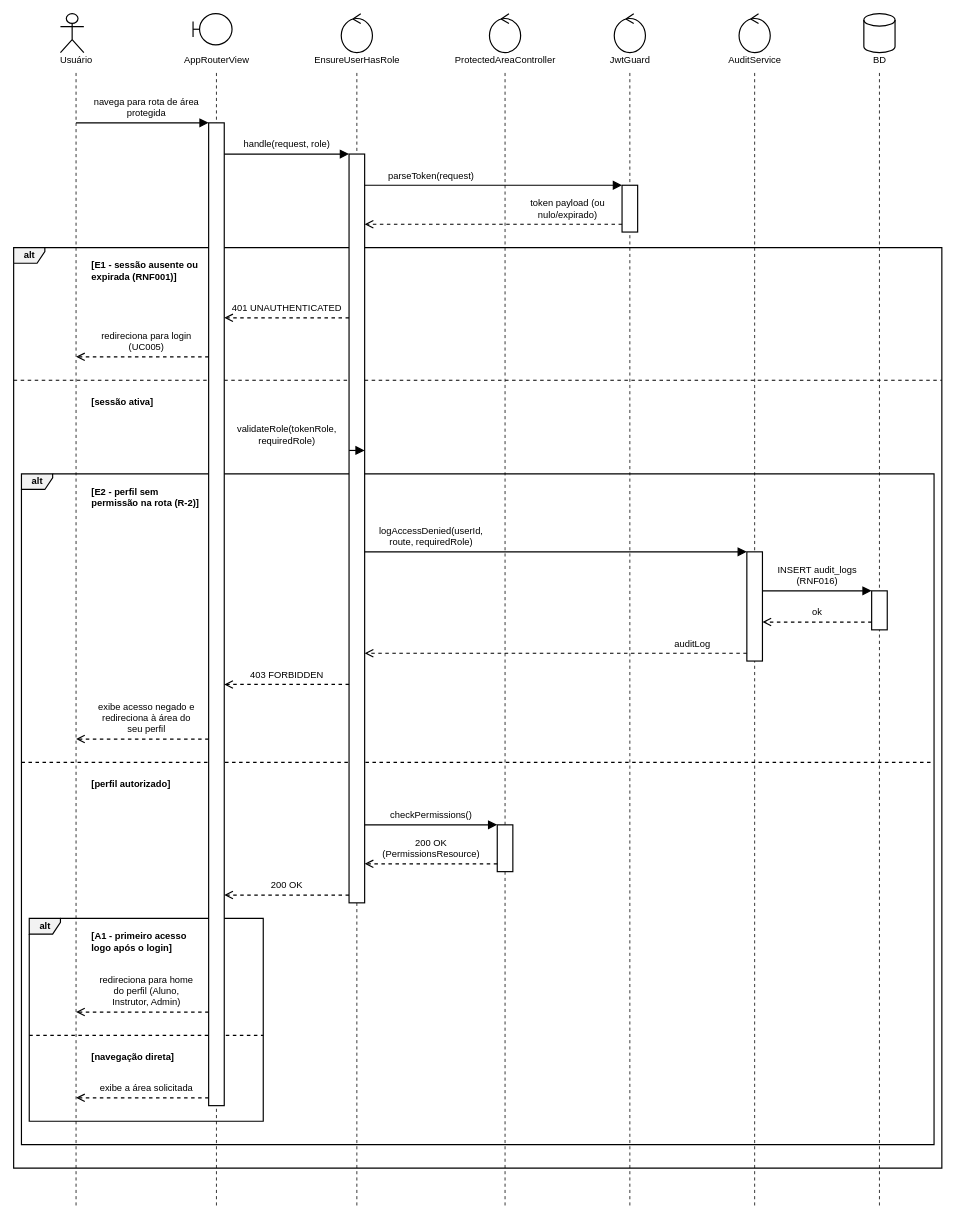
Before: especificacao/diagramas/14-sequencia-uc016.drawio in Plataforma-de-Cursos-TCC/plataforma-cursos-docs, a draw.io diagram. Source tidied: cells renumbered, new cells numbered last; positions are measured from the earlier drawing's top-left corner, leaving out a move shared by most shapes. Both pictures are drawn from the tidied source at 78%, with x=0, y=0 at pixel (13, 13).
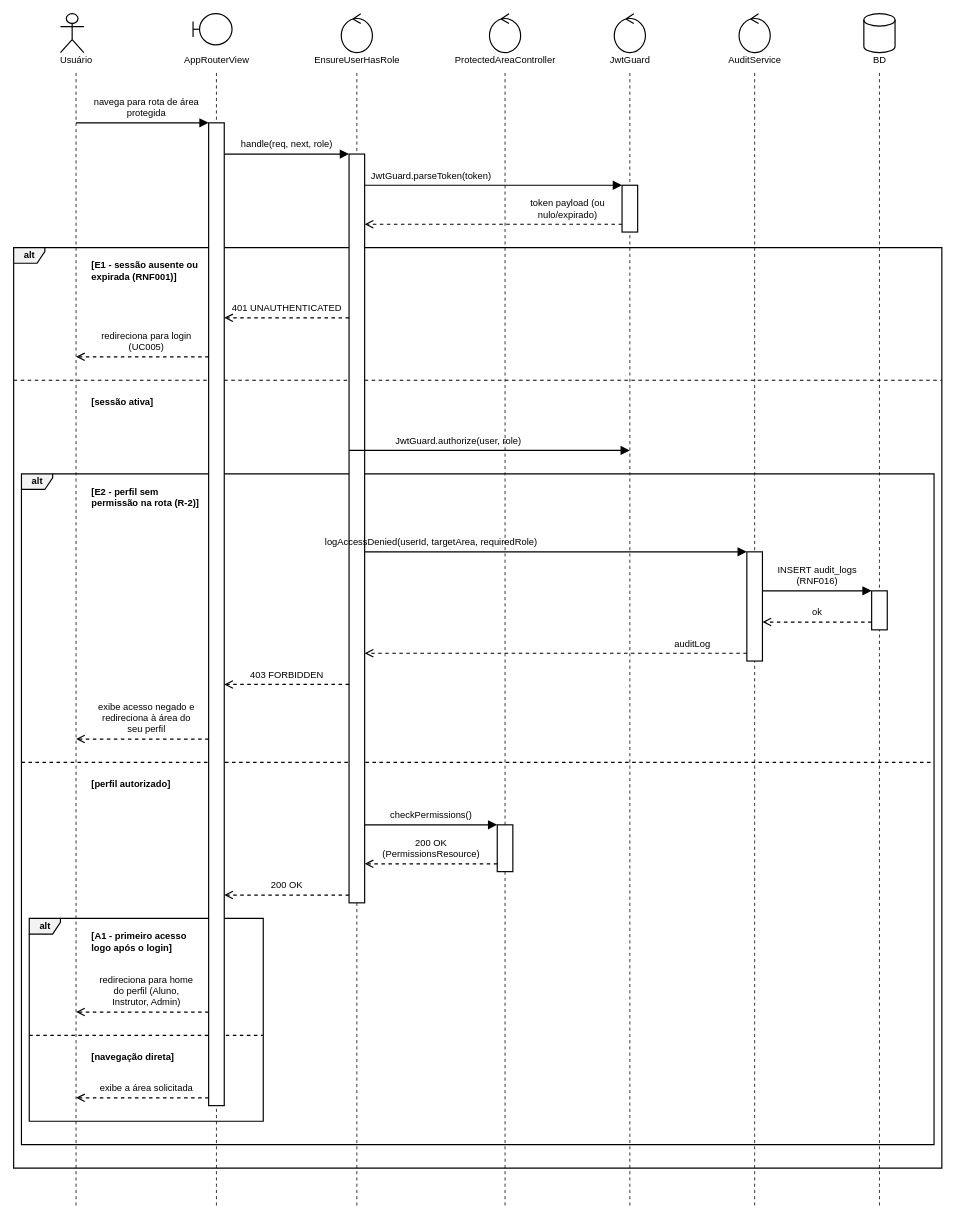
After the change.

Commit message (it also covers changes not shown here):
fix(sequencia-uc016): use JwtGuard.parseToken/authorize and item 13 signatures

What changed in the source:
```diff
@@
     <mxCell id="34" style="html=1;rounded=0;strokeColor=#000000;strokeWidth=1.5;endArrow=block;endFill=1;endSize=8;" parent="1" edge="1">
       <mxGeometry relative="1" as="geometry">
         <mxPoint x="430" y="560" as="sourcePoint" />
-        <mxPoint x="450" y="560" as="targetPoint" />
+        <mxPoint x="790" y="560" as="targetPoint" />
       </mxGeometry>
     </mxCell>
@@
-    <mxCell id="54" value="handle(request, role)" style="text;html=1;strokeColor=none;fillColor=none;verticalAlign=bottom;spacing=0;spacingBottom=5;align=center;fontFamily=Helvetica;fontSize=12;fontColor=#000000;" parent="1" vertex="1">
+    <mxCell id="54" value="handle(req, next, role)" style="text;html=1;strokeColor=none;fillColor=none;verticalAlign=bottom;spacing=0;spacingBottom=5;align=center;fontFamily=Helvetica;fontSize=12;fontColor=#000000;" parent="1" vertex="1">
       <mxGeometry x="280" y="150" width="140" height="30" as="geometry" />
     </mxCell>
-    <mxCell id="55" value="parseToken(request)" style="text;html=1;strokeColor=none;fillColor=none;verticalAlign=bottom;spacing=0;spacingBottom=5;align=center;fontFamily=Helvetica;fontSize=12;fontColor=#000000;" parent="1" vertex="1">
+    <mxCell id="55" value="JwtGuard.parseToken(token)" style="text;html=1;strokeColor=none;fillColor=none;verticalAlign=bottom;spacing=0;spacingBottom=5;align=center;fontFamily=Helvetica;fontSize=12;fontColor=#000000;" parent="1" vertex="1">
       <mxGeometry x="460" y="190" width="150" height="30" as="geometry" />
     </mxCell>
@@
-    <mxCell id="61" value="validateRole(tokenRole,&lt;br&gt;requiredRole)" style="text;html=1;strokeColor=none;fillColor=none;verticalAlign=bottom;spacing=0;spacingBottom=5;align=center;fontFamily=Helvetica;fontSize=12;fontColor=#000000;" parent="1" vertex="1">
-      <mxGeometry x="280" y="520" width="140" height="40" as="geometry" />
+    <mxCell id="61" value="JwtGuard.authorize(user, role)" style="text;html=1;strokeColor=none;fillColor=none;verticalAlign=bottom;spacing=0;spacingBottom=5;align=center;fontFamily=Helvetica;fontSize=12;fontColor=#000000;" parent="1" vertex="1">
+      <mxGeometry x="500" y="520" width="140" height="40" as="geometry" />
     </mxCell>
@@
-    <mxCell id="63" value="logAccessDenied(userId,&lt;br&gt;route, requiredRole)" style="text;html=1;strokeColor=none;fillColor=none;verticalAlign=bottom;spacing=0;spacingBottom=5;align=center;fontFamily=Helvetica;fontSize=12;fontColor=#000000;" parent="1" vertex="1">
+    <mxCell id="63" value="logAccessDenied(userId, targetArea, requiredRole)" style="text;html=1;strokeColor=none;fillColor=none;verticalAlign=bottom;spacing=0;spacingBottom=5;align=center;fontFamily=Helvetica;fontSize=12;fontColor=#000000;" parent="1" vertex="1">
       <mxGeometry x="460" y="650" width="150" height="40" as="geometry" />
     </mxCell>
```
